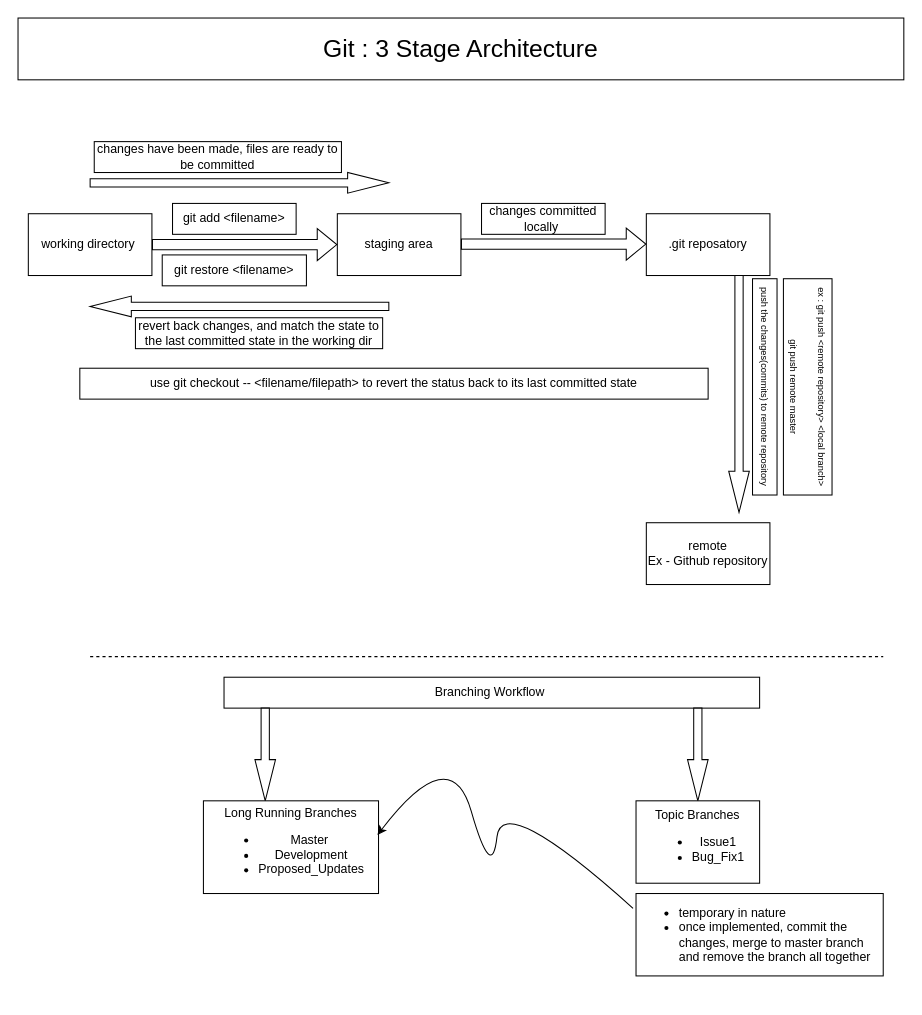
mj111312/learning-Git keeps this draw.io diagram as Git_architecture.drawio. Above is the earlier version. Source tidied: cells renumbered, new cells numbered last; positions are measured from the earlier drawing's top-left corner, leaving out a move shared by most shapes. Both pictures are drawn from the tidied source at 103%, with x=0, y=0 at pixel (18, 18).
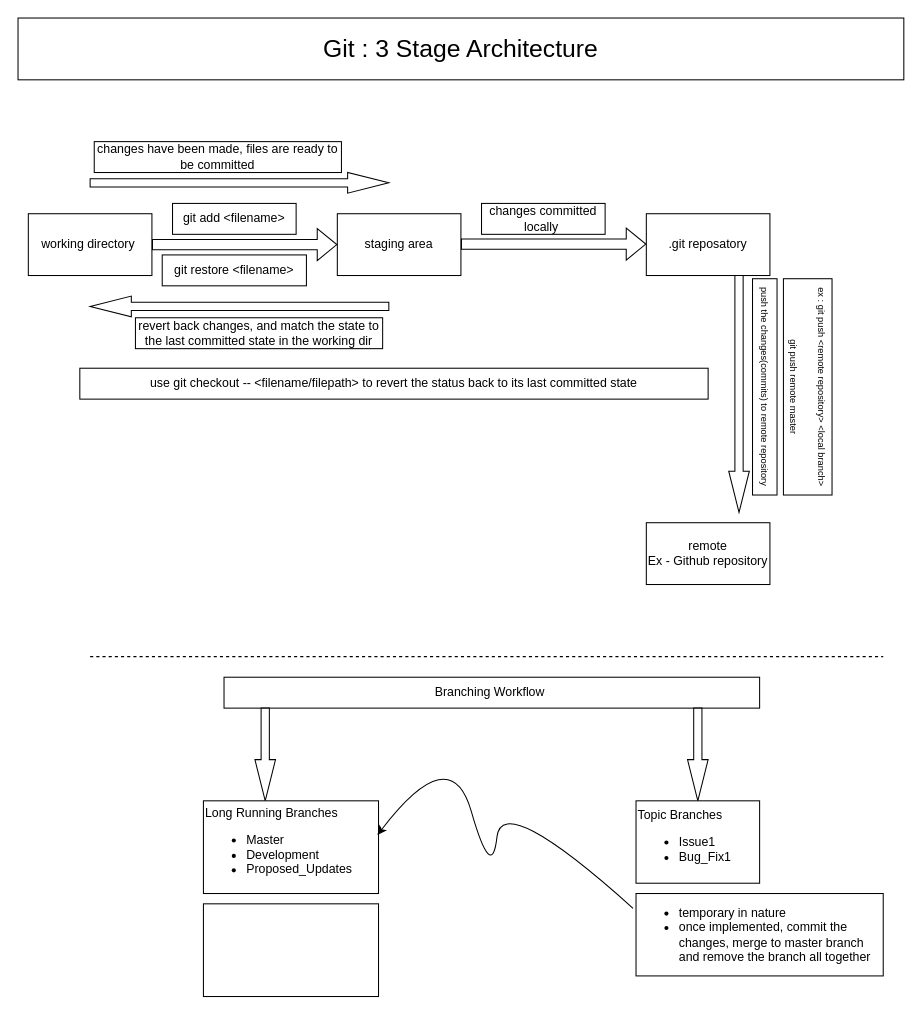
Above is the later version.

Commit message (it also covers changes not shown here):
added info about long running branches in branching workflow

What changed in the source:
```diff
@@
-    <mxCell id="24" value="Long Running Branches&lt;div&gt;&lt;ul&gt;&lt;li&gt;Master&amp;nbsp;&lt;/li&gt;&lt;li&gt;Development&lt;/li&gt;&lt;li&gt;Proposed_Updates&lt;/li&gt;&lt;/ul&gt;&lt;/div&gt;" style="rounded=0;whiteSpace=wrap;html=1;labelPosition=center;verticalLabelPosition=middle;align=center;verticalAlign=middle;" parent="1" vertex="1">
+    <mxCell id="24" value="Long Running Branches&lt;div&gt;&lt;ul&gt;&lt;li&gt;Master&amp;nbsp;&lt;/li&gt;&lt;li&gt;Development&lt;/li&gt;&lt;li&gt;Proposed_Updates&lt;/li&gt;&lt;/ul&gt;&lt;/div&gt;" style="rounded=0;whiteSpace=wrap;html=1;labelPosition=center;verticalLabelPosition=middle;align=left;verticalAlign=middle;" parent="1" vertex="1">
       <mxGeometry x="180" y="760" width="170" height="90" as="geometry" />
     </mxCell>
-    <mxCell id="25" value="Topic Branches&lt;div&gt;&lt;ul&gt;&lt;li&gt;Issue1&lt;/li&gt;&lt;li&gt;Bug_Fix1&lt;/li&gt;&lt;/ul&gt;&lt;/div&gt;" style="rounded=0;whiteSpace=wrap;html=1;" parent="1" vertex="1">
+    <mxCell id="25" value="Topic Branches&lt;div&gt;&lt;ul&gt;&lt;li&gt;Issue1&lt;/li&gt;&lt;li&gt;Bug_Fix1&lt;/li&gt;&lt;/ul&gt;&lt;/div&gt;" style="rounded=0;whiteSpace=wrap;html=1;align=left;" parent="1" vertex="1">
       <mxGeometry x="600" y="760" width="120" height="80" as="geometry" />
     </mxCell>
@@
+    <mxCell id="28" style="rounded=0;whiteSpace=wrap;html=1;labelPosition=center;verticalLabelPosition=middle;align=left;verticalAlign=middle;" parent="1" vertex="1">
+      <mxGeometry x="180" y="860" width="170" height="90" as="geometry" />
+    </mxCell>
```
